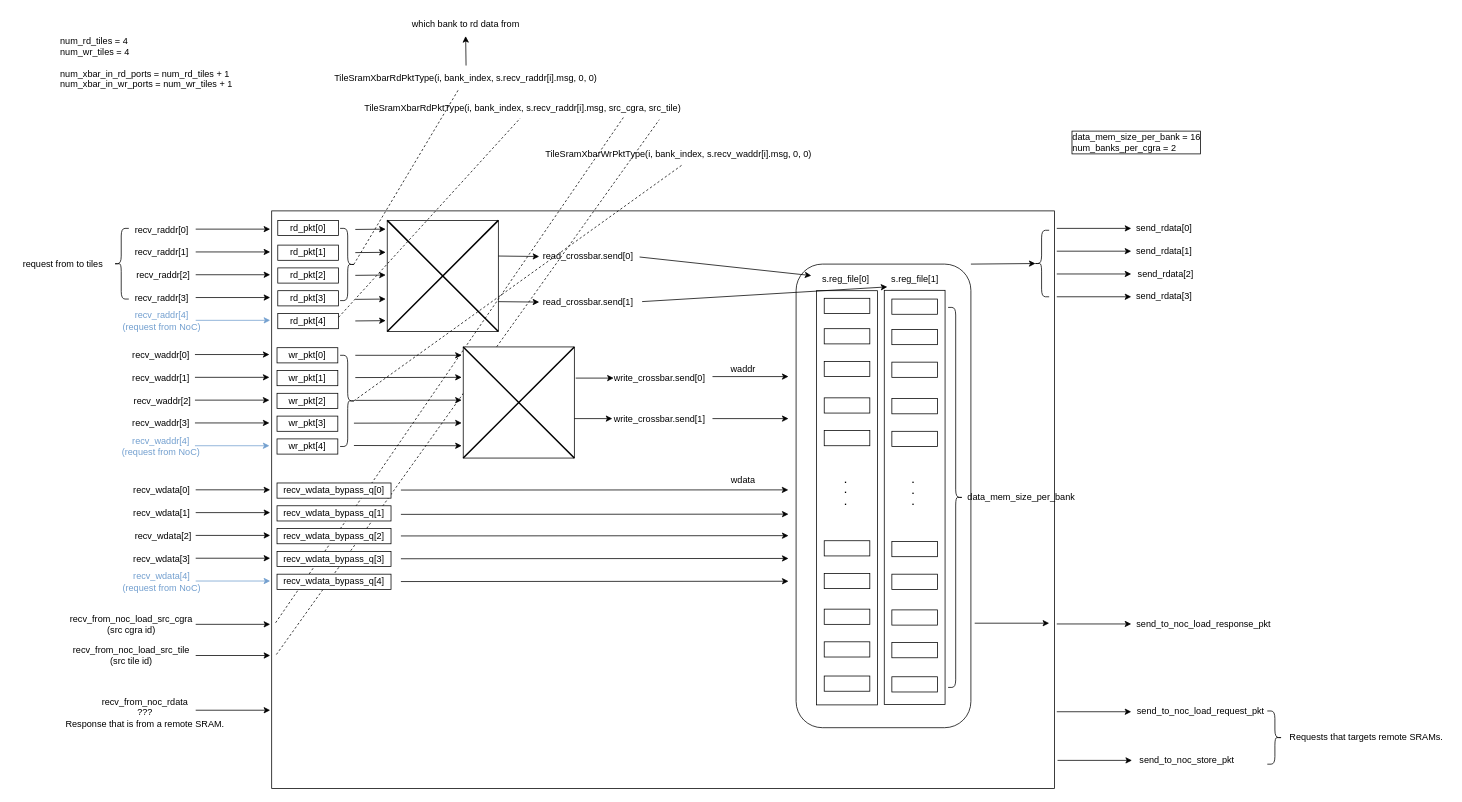
yuqisun/notes keeps this draw.io diagram as page "DataMemWithCrossbarRTL" (10 of 10) of Untitled Diagram.drawio. Above is the earlier version. Source tidied: cells renumbered, new cells numbered last; positions are measured from the earlier drawing's top-left corner, leaving out a move shared by most shapes. Both pictures are drawn from the tidied source at 76%, with x=0, y=0 at pixel (13, 13).
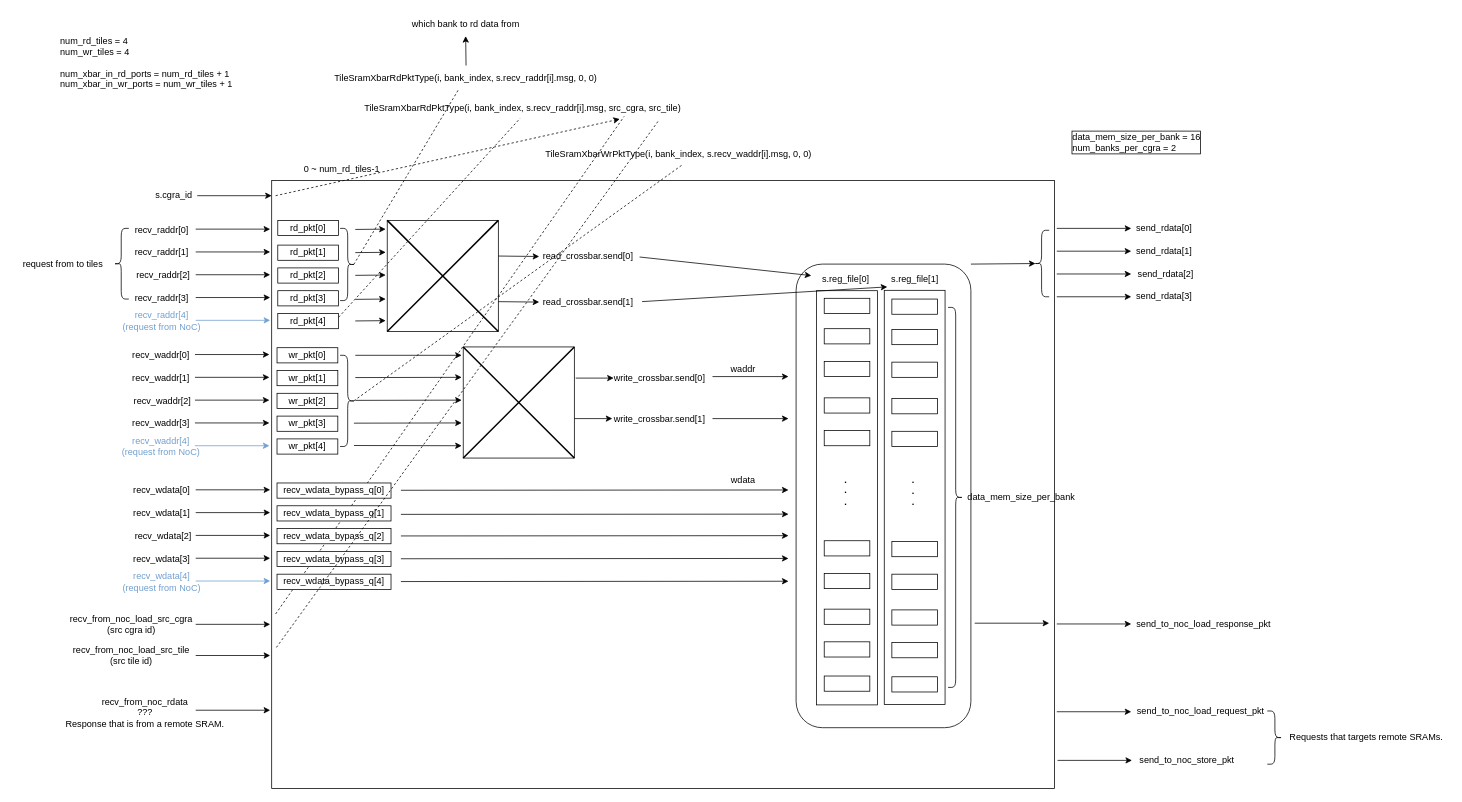
The same page after the edit.

The change refers to these unchanged cells:
```xml
<mxCell id="82" value="TileSramXbarRdPktType(i, bank_index, s.recv_raddr[i].msg, src_cgra, src_tile)" style="text;html=1;align=center;verticalAlign=middle;points=[];strokeColor=none;fillColor=none;" parent="1" vertex="1">
  <mxGeometry x="450" y="110" width="440" height="30" as="geometry" />
</mxCell>
```

Diff of the diagram source:
```diff
@@
     <mxCell id="2" style="rounded=0;whiteSpace=wrap;html=1;" parent="1" vertex="1">
-      <mxGeometry x="340" y="260" width="1030" height="760" as="geometry" />
+      <mxGeometry x="340" y="220" width="1030" height="800" as="geometry" />
     </mxCell>
@@
-    <mxCell id="90" style="endArrow=none;dashed=1;html=1;rounded=0;exitX=0.006;exitY=0.768;exitDx=0;exitDy=0;exitPerimeter=0;entryX=0.909;entryY=1;entryDx=0;entryDy=0;entryPerimeter=0;" parent="1" edge="1" source="2" target="82">
-      <mxGeometry relative="1" as="geometry" />
-    </mxCell>
@@
-    <mxCell id="146" style="edgeStyle=none;jettySize=auto;html=1;rounded=0;entryX=0.66;entryY=0.483;entryDx=0;entryDy=0;entryPerimeter=0;" parent="1" edge="1" target="2">
-      <mxGeometry relative="1" as="geometry">
-        <mxPoint x="510" y="627.3" as="sourcePoint" />
-      </mxGeometry>
-    </mxCell>
@@
+    <mxCell id="90" style="endArrow=none;dashed=1;html=1;rounded=0;exitX=0.006;exitY=0.768;exitDx=0;exitDy=0;exitPerimeter=0;entryX=0.909;entryY=1;entryDx=0;entryDy=0;entryPerimeter=0;" parent="1" edge="1" source="2" target="82">
+      <mxGeometry relative="1" as="geometry" />
+    </mxCell>
+    <mxCell id="153" value="s.cgra_id" style="text;html=1;align=center;verticalAlign=middle;strokeColor=none;fillColor=none;" parent="1" vertex="1">
+      <mxGeometry x="176" y="225" width="70" height="30" as="geometry" />
+    </mxCell>
+    <mxCell id="154" style="edgeStyle=none;orthogonalLoop=1;jettySize=auto;html=1;rounded=0;entryX=0.66;entryY=0.483;entryDx=0;entryDy=0;entryPerimeter=0;" parent="1" edge="1">
+      <mxGeometry relative="1" as="geometry">
+        <mxPoint x="510" y="627.6" as="sourcePoint" />
+        <mxPoint x="1020" y="627.2" as="targetPoint" />
+      </mxGeometry>
+    </mxCell>
+    <mxCell id="155" style="endArrow=classic;html=1;rounded=0;entryX=-0.009;entryY=0.136;entryDx=0;entryDy=0;entryPerimeter=0;" parent="1" edge="1">
+      <mxGeometry relative="1" as="geometry">
+        <mxPoint x="242" y="240" as="sourcePoint" />
+        <mxPoint x="340" y="240" as="targetPoint" />
+      </mxGeometry>
+    </mxCell>
+    <mxCell id="156" style="edgeStyle=none;jettySize=auto;html=1;rounded=0;exitX=0.005;exitY=0.025;exitDx=0;exitDy=0;exitPerimeter=0;entryX=0.791;entryY=0.972;entryDx=0;entryDy=0;entryPerimeter=0;dashed=1;" parent="1" edge="1" source="2" target="82">
+      <mxGeometry relative="1" as="geometry" />
+    </mxCell>
+    <mxCell id="157" value="0 ~ num_rd_tiles-1" style="text;html=1;align=center;verticalAlign=middle;strokeColor=none;fillColor=none;" parent="1" vertex="1">
+      <mxGeometry x="372" y="190" width="120" height="30" as="geometry" />
+    </mxCell>
```
